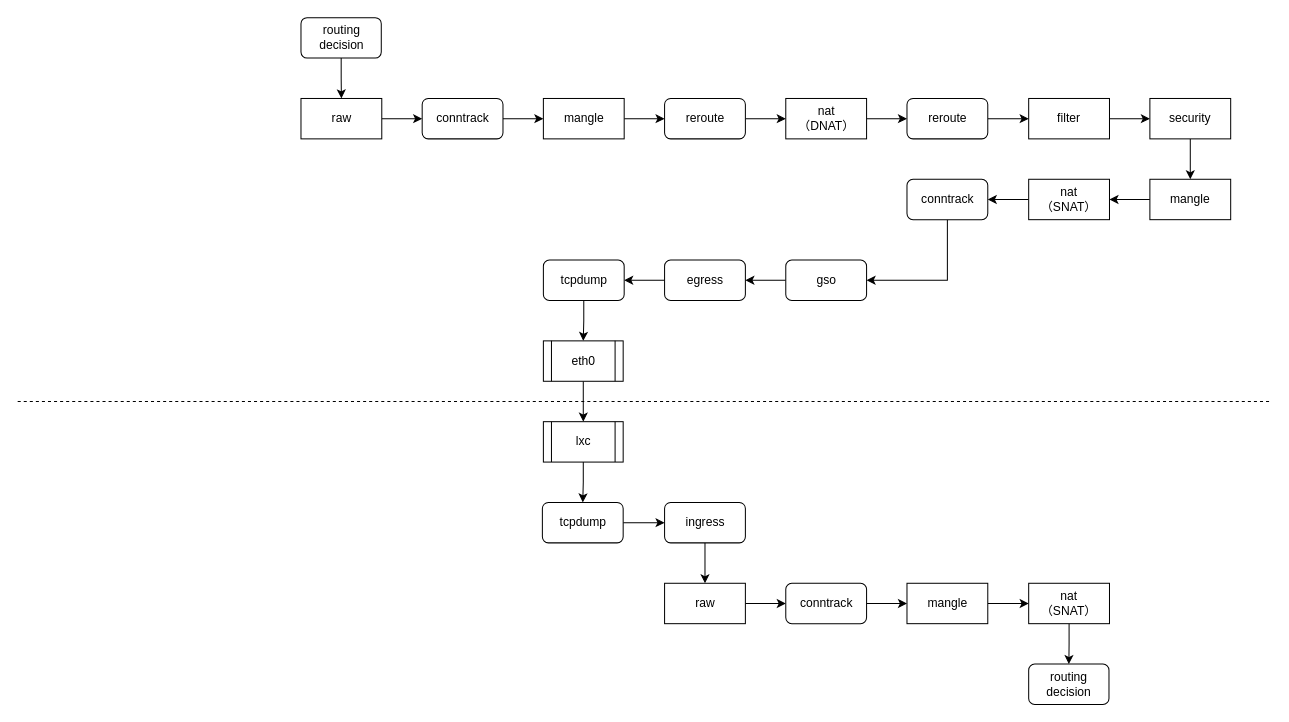
The draw.io diagram pod-to-pod-in-node.drawio in Richard-Joe/draw-io, before the edit. Source tidied: cells renumbered, new cells numbered last; positions are measured from the earlier drawing's top-left corner, leaving out a move shared by most shapes. Both pictures are drawn from the tidied source at 101%, with x=0, y=0 at pixel (17, 17).
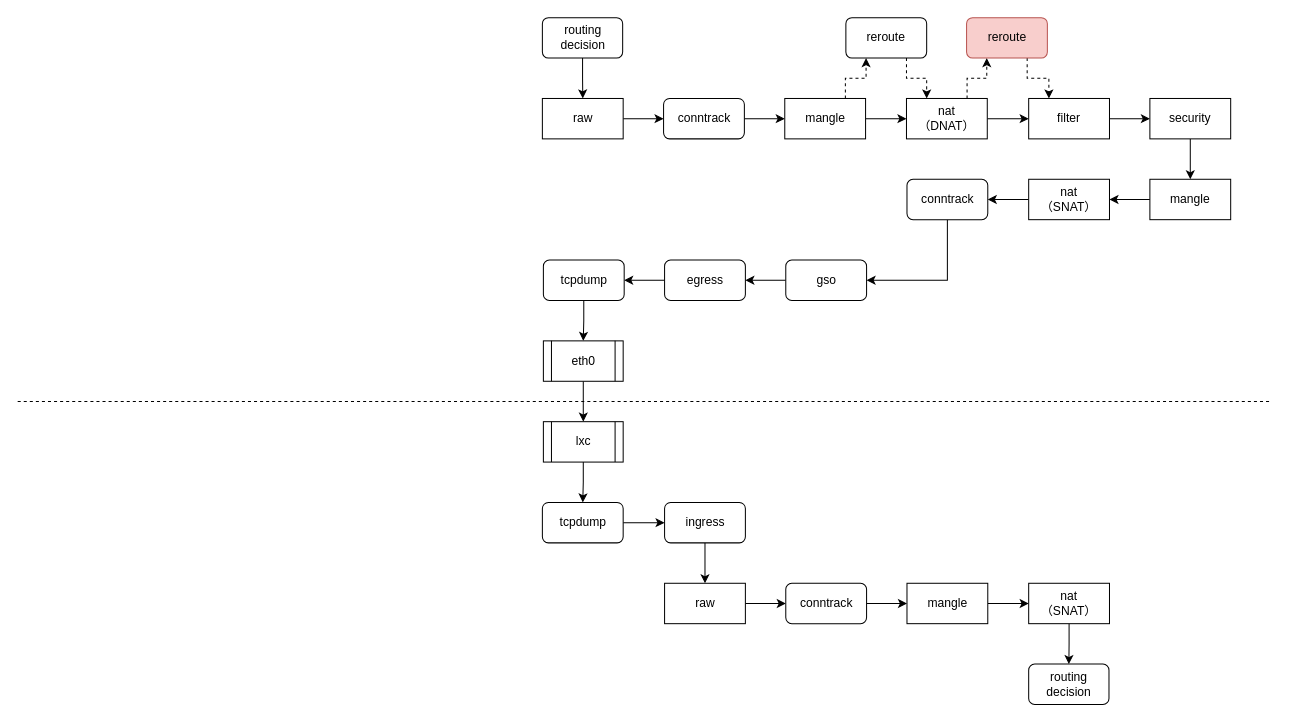
After the change.

The change refers to these unchanged cells:
```xml
<mxCell id="13" value="filter" style="rounded=0;whiteSpace=wrap;html=1;" parent="1" vertex="1">
  <mxGeometry x="1001" y="80" width="80" height="40" as="geometry" />
</mxCell>
```

What changed in the source:
```diff
@@
     <mxCell id="3" value="routing decision" style="rounded=1;whiteSpace=wrap;html=1;" parent="1" vertex="1">
-      <mxGeometry x="280.5" width="79.5" height="40" as="geometry" />
+      <mxGeometry x="519.5" width="79.5" height="40" as="geometry" />
     </mxCell>
@@
     <mxCell id="5" value="raw" style="rounded=0;whiteSpace=wrap;html=1;" parent="1" vertex="1">
-      <mxGeometry x="280.5" y="80" width="80" height="40" as="geometry" />
+      <mxGeometry x="519.5" y="80" width="80" height="40" as="geometry" />
     </mxCell>
@@
     <mxCell id="7" value="conntrack" style="rounded=1;whiteSpace=wrap;html=1;glass=0;shadow=0;" parent="1" vertex="1">
-      <mxGeometry x="400.5" y="80" width="80" height="40" as="geometry" />
+      <mxGeometry x="639.5" y="80" width="80" height="40" as="geometry" />
     </mxCell>
-    <mxCell id="8" style="edgeStyle=orthogonalEdgeStyle;rounded=0;jettySize=auto;html=1;" parent="1" edge="1" source="9" target="17">
+    <mxCell id="8" style="edgeStyle=orthogonalEdgeStyle;rounded=0;jettySize=auto;html=1;entryX=0.25;entryY=1;entryDx=0;entryDy=0;dashed=1;exitX=0.75;exitY=0;exitDx=0;exitDy=0;" parent="1" edge="1" source="9" target="17">
       <mxGeometry relative="1" as="geometry" />
     </mxCell>
+    <mxCell id="50" style="edgeStyle=orthogonalEdgeStyle;rounded=0;jettySize=auto;html=1;" parent="1" edge="1" source="9" target="11">
+      <mxGeometry relative="1" as="geometry" />
+    </mxCell>
     <mxCell id="9" value="mangle" style="rounded=0;whiteSpace=wrap;html=1;" parent="1" vertex="1">
-      <mxGeometry x="520.5" y="80" width="80" height="40" as="geometry" />
+      <mxGeometry x="759.5" y="80" width="80" height="40" as="geometry" />
     </mxCell>
-    <mxCell id="10" style="edgeStyle=orthogonalEdgeStyle;rounded=0;jettySize=auto;html=1;" parent="1" edge="1" source="11" target="19">
-      <mxGeometry relative="1" as="geometry" />
+    <mxCell id="10" style="edgeStyle=orthogonalEdgeStyle;rounded=0;jettySize=auto;html=1;exitX=0.75;exitY=0;exitDx=0;exitDy=0;entryX=0.25;entryY=1;entryDx=0;entryDy=0;dashed=1;" parent="1" edge="1" source="11" target="19">
+      <mxGeometry relative="1" as="geometry">
+        <Array as="points">
+          <mxPoint x="940.5" y="60" />
+          <mxPoint x="959.5" y="60" />
+        </Array>
+      </mxGeometry>
     </mxCell>
+    <mxCell id="51" style="edgeStyle=orthogonalEdgeStyle;rounded=0;jettySize=auto;html=1;" parent="1" edge="1" source="11" target="13">
+      <mxGeometry relative="1" as="geometry" />
+    </mxCell>
     <mxCell id="11" value="nat&lt;div&gt;（DNAT）&lt;/div&gt;" style="rounded=0;whiteSpace=wrap;html=1;" parent="1" vertex="1">
-      <mxGeometry x="760.5" y="80" width="80" height="40" as="geometry" />
+      <mxGeometry x="880" y="80" width="80" height="40" as="geometry" />
     </mxCell>
@@
-    <mxCell id="16" style="edgeStyle=orthogonalEdgeStyle;rounded=0;jettySize=auto;html=1;" parent="1" edge="1" source="17" target="11">
-      <mxGeometry relative="1" as="geometry" />
+    <mxCell id="16" style="edgeStyle=orthogonalEdgeStyle;rounded=0;jettySize=auto;html=1;exitX=0.75;exitY=1;exitDx=0;exitDy=0;entryX=0.25;entryY=0;entryDx=0;entryDy=0;dashed=1;" parent="1" edge="1" source="17" target="11">
+      <mxGeometry relative="1" as="geometry">
+        <Array as="points">
+          <mxPoint x="880.5" y="60" />
+          <mxPoint x="900.5" y="60" />
+        </Array>
+      </mxGeometry>
     </mxCell>
     <mxCell id="17" value="reroute" style="rounded=1;whiteSpace=wrap;html=1;" parent="1" vertex="1">
-      <mxGeometry x="640.5" y="80" width="80" height="40" as="geometry" />
+      <mxGeometry x="820" width="80" height="40" as="geometry" />
     </mxCell>
-    <mxCell id="18" style="edgeStyle=orthogonalEdgeStyle;rounded=0;jettySize=auto;html=1;" parent="1" edge="1" source="19" target="13">
-      <mxGeometry relative="1" as="geometry" />
+    <mxCell id="18" style="edgeStyle=orthogonalEdgeStyle;rounded=0;jettySize=auto;html=1;exitX=0.75;exitY=1;exitDx=0;exitDy=0;dashed=1;entryX=0.25;entryY=0;entryDx=0;entryDy=0;" parent="1" edge="1" source="19" target="13">
+      <mxGeometry relative="1" as="geometry">
+        <Array as="points">
+          <mxPoint x="1000" y="60" />
+          <mxPoint x="1021" y="60" />
+        </Array>
+      </mxGeometry>
     </mxCell>
-    <mxCell id="19" value="reroute" style="rounded=1;whiteSpace=wrap;html=1;" parent="1" vertex="1">
-      <mxGeometry x="880.5" y="80" width="80" height="40" as="geometry" />
+    <mxCell id="19" value="reroute" style="rounded=1;whiteSpace=wrap;html=1;fillColor=#f8cecc;strokeColor=#b85450;" parent="1" vertex="1">
+      <mxGeometry x="939.5" width="80" height="40" as="geometry" />
     </mxCell>
```
